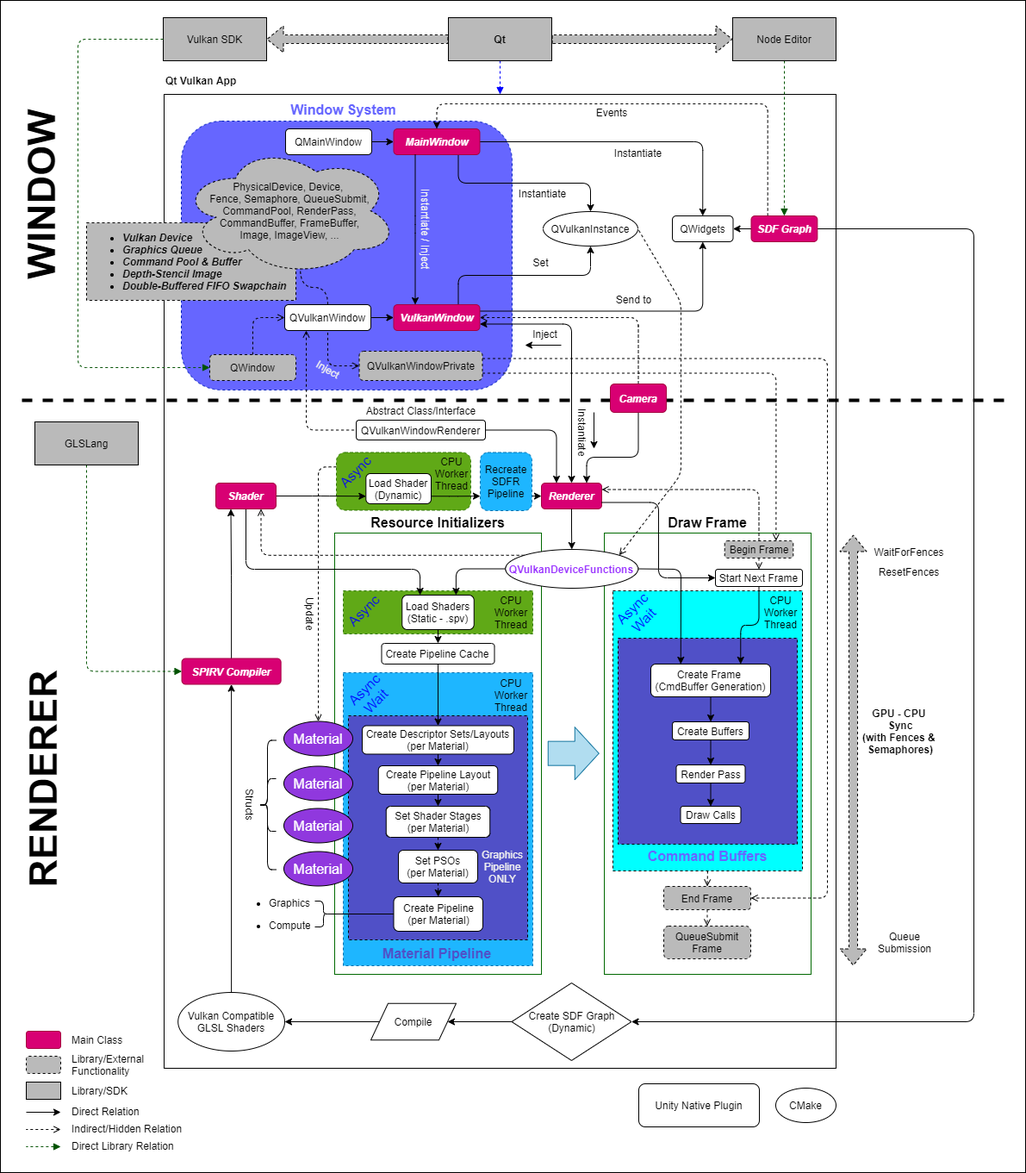
This is docs/design/high-level-architecture.png from hiradyazdan/sdf-ray4d-engine, a draw.io export, as it was before one commit. Source tidied: cells renumbered, new cells last; positions are measured from the earlier drawing's top-left corner, leaving out a move shared by most shapes.
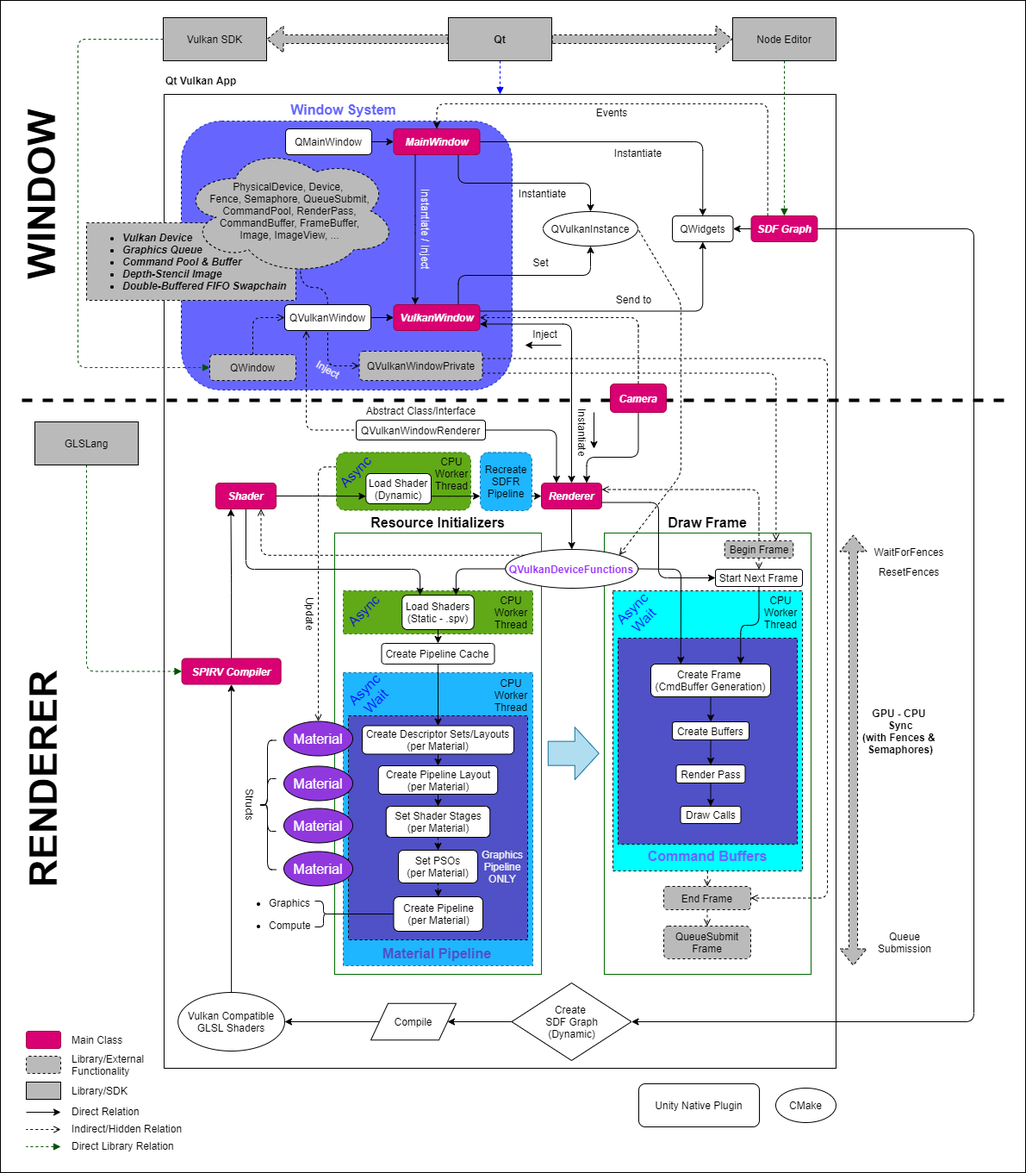
After the change.

Change to the diagram source:
```diff
@@ -162,7 +162,7 @@
     <mxCell id="45" style="edgeStyle=orthogonalEdgeStyle;rounded=1;jettySize=auto;html=1;exitX=0;exitY=0.5;exitDx=0;exitDy=0;entryX=1;entryY=0.5;entryDx=0;entryDy=0;endArrow=classic;endFill=1;" parent="1" edge="1" source="46" target="163">
       <mxGeometry relative="1" as="geometry" />
     </mxCell>
-    <mxCell id="46" value="Create SDF Graph&lt;br&gt;(Dynamic)" style="rhombus;whiteSpace=wrap;html=1;" parent="1" vertex="1">
+    <mxCell id="46" value="Create &lt;br&gt;SDF Graph&lt;br&gt;(Dynamic)" style="rhombus;whiteSpace=wrap;html=1;" parent="1" vertex="1">
       <mxGeometry x="675.5" y="1140" width="139" height="90" as="geometry" />
     </mxCell>
     <mxCell id="47" value="&lt;span style=&quot;font-family: &amp;quot;helvetica&amp;quot; ; text-align: center&quot;&gt;Qt Vulkan App&lt;/span&gt;" style="text;whiteSpace=wrap;html=1;fontStyle=1;" parent="1" vertex="1">
```
